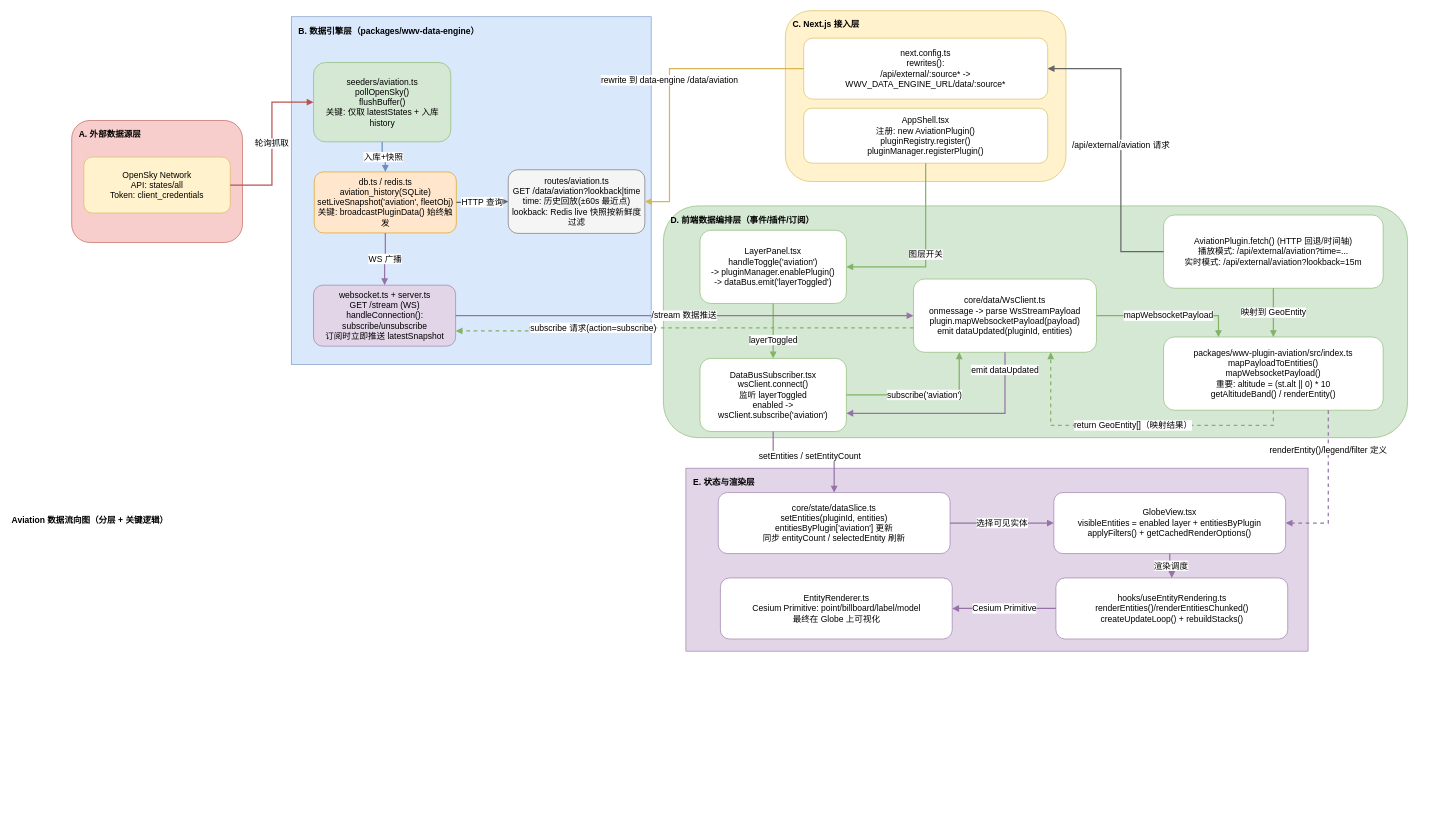
This is docs/AVIATION_DATA_FLOW.drawio from AisinGioroZhang/worldwideview, a draw.io file, before an edit. Source tidied: cells renumbered, new cells numbered last; positions are measured from the earlier drawing's top-left corner, leaving out a move shared by most shapes. Both pictures are drawn from the tidied source at 61%, with x=0, y=0 at pixel (10, 10).
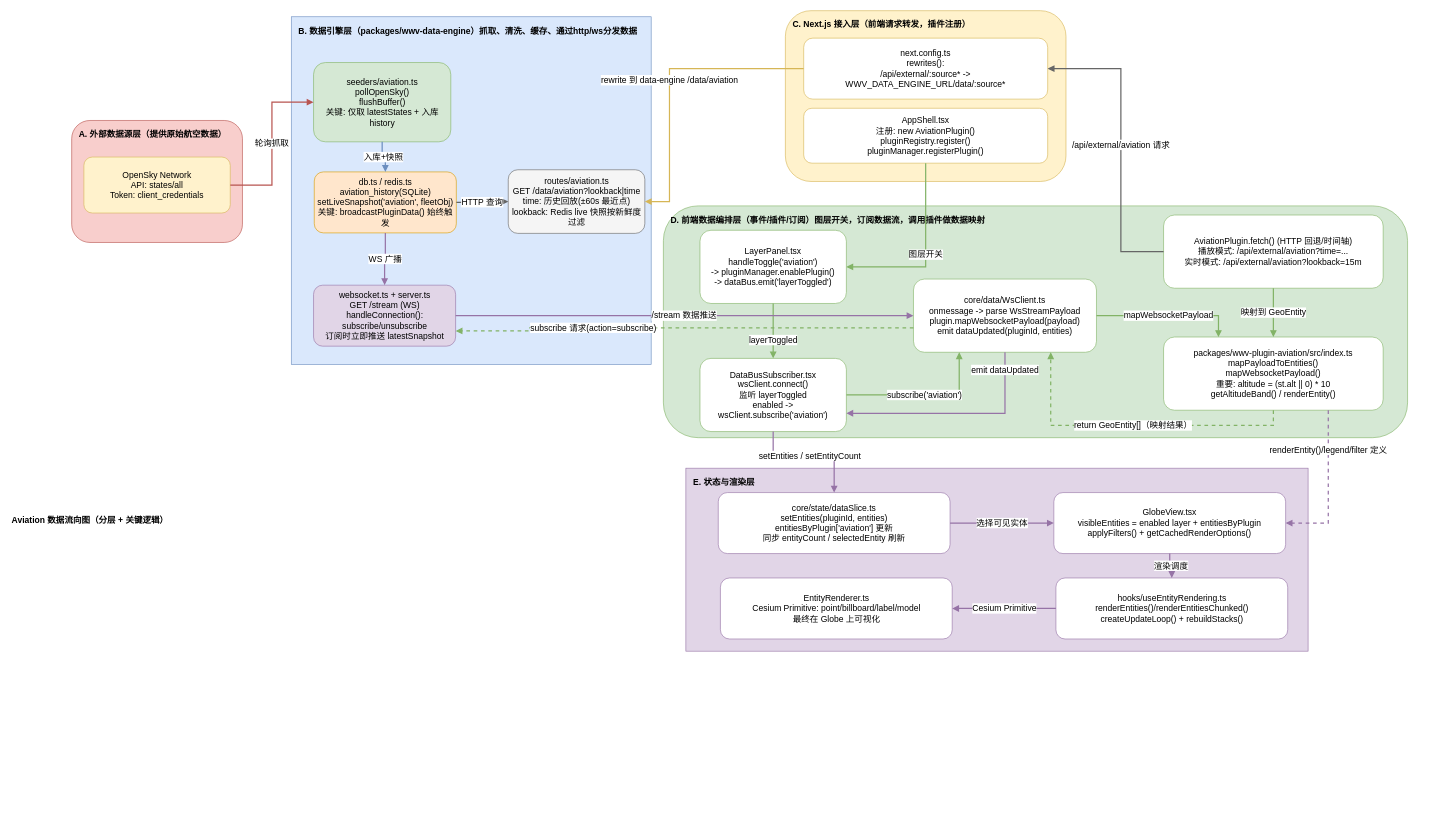
After the change.

Commit message:
fix(数据流)修复了几个数据流向不正确的问题

Unchanged cells that the change refers to:
```xml
<mxCell id="14" style="group;fontSize=14;" parent="1" vertex="1">
  <mxGeometry x="1270" width="460" height="280" as="geometry" />
</mxCell>
<mxCell id="18" style="group;fontSize=14;" parent="1" vertex="1">
  <mxGeometry x="100" y="180" width="280" height="200" as="geometry" />
</mxCell>
<mxCell id="21" style="group;fontSize=14;rounded=0;" parent="1" vertex="1">
  <mxGeometry x="460" y="10" width="620" height="570" as="geometry" />
</mxCell>
```

The edit, as a diff of the source:
```diff
@@
-    <mxCell id="3" value="D. 前端数据编排层（事件/插件/订阅）" style="rounded=1;whiteSpace=wrap;html=1;fillColor=#d5e8d4;strokeColor=#82b366;fontStyle=1;align=left;verticalAlign=top;spacingLeft=10;spacingTop=8;fontSize=14;" parent="1" vertex="1">
+    <mxCell id="3" value="D. 前端数据编排层（事件/插件/订阅）图层开关，订阅数据流，调用插件做数据映射" style="rounded=1;whiteSpace=wrap;html=1;fillColor=#d5e8d4;strokeColor=#82b366;fontStyle=1;align=left;verticalAlign=top;spacingLeft=10;spacingTop=8;fontSize=14;" parent="1" vertex="1">
       <mxGeometry x="1070" y="320" width="1220" height="380" as="geometry" />
     </mxCell>
@@
-    <mxCell id="15" value="C. Next.js 接入层" style="rounded=1;whiteSpace=wrap;html=1;fillColor=#fff2cc;strokeColor=#d6b656;fontStyle=1;align=left;verticalAlign=top;spacingLeft=10;spacingTop=8;fontSize=14;" parent="14" vertex="1">
+    <mxCell id="15" value="C. Next.js 接入层（前端请求转发，插件注册）" style="rounded=1;whiteSpace=wrap;html=1;fillColor=#fff2cc;strokeColor=#d6b656;fontStyle=1;align=left;verticalAlign=top;spacingLeft=10;spacingTop=8;fontSize=14;" parent="14" vertex="1">
       <mxGeometry width="460" height="280" as="geometry" />
     </mxCell>
@@
-    <mxCell id="19" value="A. 外部数据源层" style="rounded=1;whiteSpace=wrap;html=1;fillColor=#f8cecc;strokeColor=#b85450;fontStyle=1;align=left;verticalAlign=top;spacingLeft=10;spacingTop=8;fontSize=14;" parent="18" vertex="1">
+    <mxCell id="19" value="A. 外部数据源层（提供原始航空数据）" style="rounded=1;whiteSpace=wrap;html=1;fillColor=#f8cecc;strokeColor=#b85450;fontStyle=1;align=left;verticalAlign=top;spacingLeft=10;spacingTop=8;fontSize=14;" parent="18" vertex="1">
       <mxGeometry width="280" height="200" as="geometry" />
     </mxCell>
@@
-    <mxCell id="22" value="B. 数据引擎层（packages/wwv-data-engine）" style="rounded=0;whiteSpace=wrap;html=1;fillColor=#dae8fc;strokeColor=#6c8ebf;fontStyle=1;align=left;verticalAlign=top;spacingLeft=10;spacingTop=8;fontSize=14;glass=0;fixedWidth=0;" parent="21" vertex="1">
+    <mxCell id="22" value="B. 数据引擎层（packages/wwv-data-engine）抓取、清洗、缓存、通过http/ws分发数据" style="rounded=0;whiteSpace=wrap;html=1;fillColor=#dae8fc;strokeColor=#6c8ebf;fontStyle=1;align=left;verticalAlign=top;spacingLeft=10;spacingTop=8;fontSize=14;glass=0;fixedWidth=0;" parent="21" vertex="1">
       <mxGeometry width="590" height="570" as="geometry" />
     </mxCell>
```
